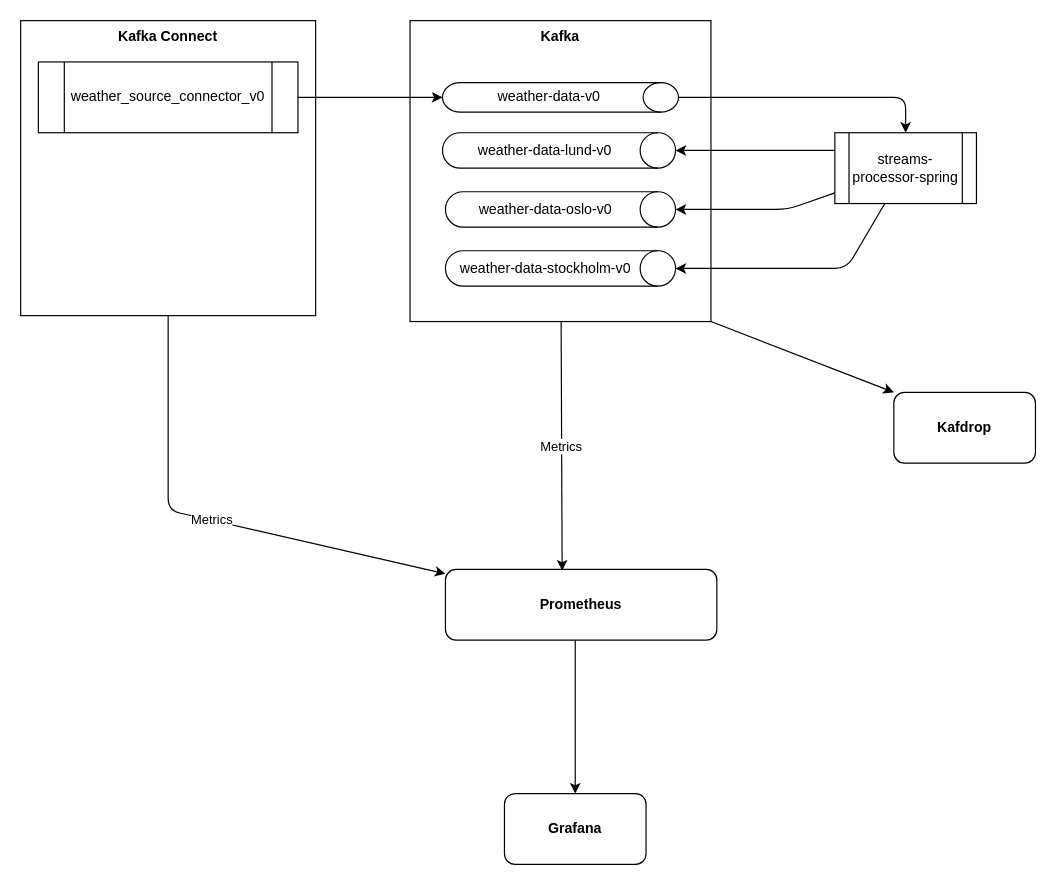
Above: architecture.drawio in mehdihasan/strimzi-playground (draw.io), before the change. Source tidied: cells renumbered, new cells numbered last; positions are measured from the earlier drawing's top-left corner, leaving out a move shared by most shapes. Both pictures are drawn from the tidied source at 118%, with x=0, y=0 at pixel (20, 20).
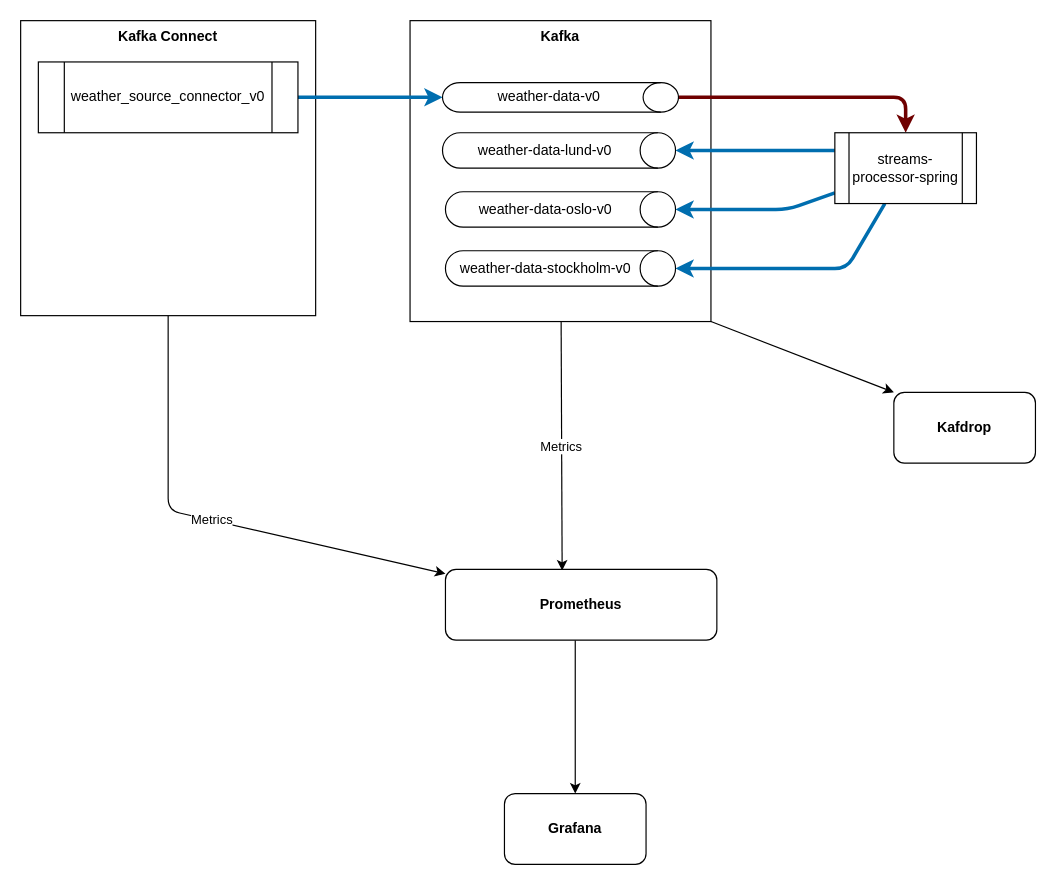
After the change.

The change refers to these unchanged cells:
```xml
<mxCell id="8" value="weather_source_connector_v0" style="shape=process;whiteSpace=wrap;html=1;backgroundOutline=1;" parent="1" vertex="1">
  <mxGeometry x="15" y="35" width="220" height="60" as="geometry" />
</mxCell>
<mxCell id="10" value="weather-data-v0" style="shape=cylinder3;whiteSpace=wrap;html=1;boundedLbl=1;backgroundOutline=1;size=15;direction=south;" parent="1" vertex="1">
  <mxGeometry x="357.5" y="52.5" width="200" height="25" as="geometry" />
</mxCell>
<mxCell id="14" value="streams-processor-spring" style="shape=process;whiteSpace=wrap;html=1;backgroundOutline=1;" parent="1" vertex="1">
  <mxGeometry x="690" y="95" width="120" height="60" as="geometry" />
</mxCell>
<mxCell id="15" value="weather-data-lund-v0" style="shape=cylinder3;whiteSpace=wrap;html=1;boundedLbl=1;backgroundOutline=1;size=15;direction=south;" parent="1" vertex="1">
  <mxGeometry x="357.5" y="95" width="197.5" height="30" as="geometry" />
</mxCell>
<mxCell id="16" value="weather-data-stockholm-v0" style="shape=cylinder3;whiteSpace=wrap;html=1;boundedLbl=1;backgroundOutline=1;size=15;direction=south;" parent="1" vertex="1">
  <mxGeometry x="360" y="195" width="195" height="30" as="geometry" />
</mxCell>
<mxCell id="17" value="weather-data-oslo-v0" style="shape=cylinder3;whiteSpace=wrap;html=1;boundedLbl=1;backgroundOutline=1;size=15;direction=south;" parent="1" vertex="1">
  <mxGeometry x="360" y="145" width="195" height="30" as="geometry" />
</mxCell>
```

Diff of the diagram source:
```diff
@@
-    <mxCell id="7" style="edgeStyle=none;html=1;" parent="1" edge="1" source="8" target="10">
+    <mxCell id="7" style="edgeStyle=none;html=1;fillColor=#1ba1e2;strokeColor=#006EAF;strokeWidth=3;" parent="1" edge="1" source="8" target="10">
       <mxGeometry relative="1" as="geometry" />
     </mxCell>
@@
-    <mxCell id="9" style="edgeStyle=none;html=1;entryX=0.5;entryY=0;entryDx=0;entryDy=0;" parent="1" edge="1" source="10" target="14">
+    <mxCell id="9" style="edgeStyle=none;html=1;entryX=0.5;entryY=0;entryDx=0;entryDy=0;fillColor=#a20025;strokeColor=#6F0000;strokeWidth=3;" parent="1" edge="1" source="10" target="14">
       <mxGeometry relative="1" as="geometry">
         <Array as="points">
           <mxPoint x="750" y="65" />
         </Array>
       </mxGeometry>
     </mxCell>
@@
-    <mxCell id="11" style="edgeStyle=none;html=1;entryX=0.5;entryY=0;entryDx=0;entryDy=0;entryPerimeter=0;exitX=0;exitY=0.25;exitDx=0;exitDy=0;" parent="1" edge="1" source="14" target="15">
+    <mxCell id="11" style="edgeStyle=none;html=1;entryX=0.5;entryY=0;entryDx=0;entryDy=0;entryPerimeter=0;exitX=0;exitY=0.25;exitDx=0;exitDy=0;fillColor=#1ba1e2;strokeColor=#006EAF;strokeWidth=3;" parent="1" edge="1" source="14" target="15">
       <mxGeometry relative="1" as="geometry" />
     </mxCell>
-    <mxCell id="12" style="edgeStyle=none;html=1;entryX=0.5;entryY=0;entryDx=0;entryDy=0;entryPerimeter=0;" parent="1" edge="1" source="14" target="17">
+    <mxCell id="12" style="edgeStyle=none;html=1;entryX=0.5;entryY=0;entryDx=0;entryDy=0;entryPerimeter=0;fillColor=#1ba1e2;strokeColor=#006EAF;strokeWidth=3;" parent="1" edge="1" source="14" target="17">
       <mxGeometry relative="1" as="geometry">
         <Array as="points">
           <mxPoint x="650" y="160" />
         </Array>
       </mxGeometry>
     </mxCell>
-    <mxCell id="13" style="edgeStyle=none;html=1;entryX=0.5;entryY=0;entryDx=0;entryDy=0;entryPerimeter=0;" parent="1" edge="1" source="14" target="16">
+    <mxCell id="13" style="edgeStyle=none;html=1;entryX=0.5;entryY=0;entryDx=0;entryDy=0;entryPerimeter=0;strokeWidth=3;fillColor=#1ba1e2;strokeColor=#006EAF;" parent="1" edge="1" source="14" target="16">
       <mxGeometry relative="1" as="geometry">
         <Array as="points">
           <mxPoint x="700" y="210" />
         </Array>
       </mxGeometry>
     </mxCell>
```
